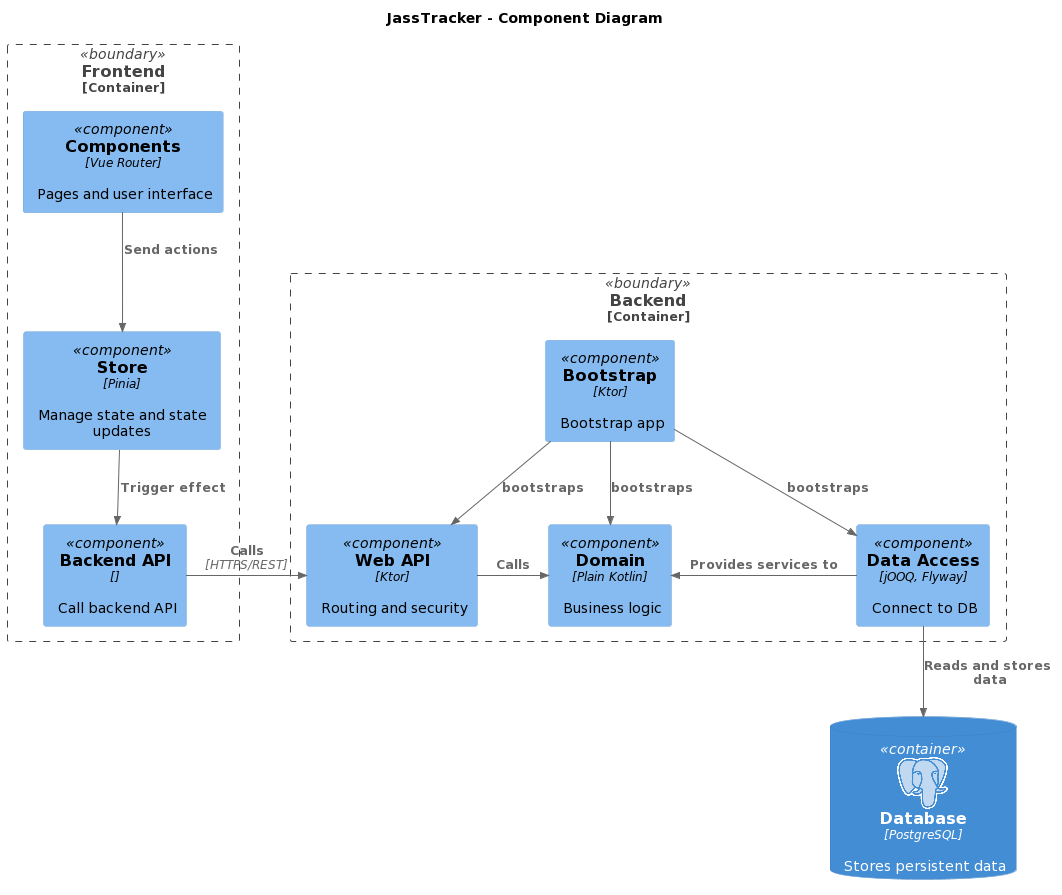
Above: Documentation/src/resources/diagrams/c4-3-component.png in PascalHonegger/JassTracker (PlantUML), before the change.
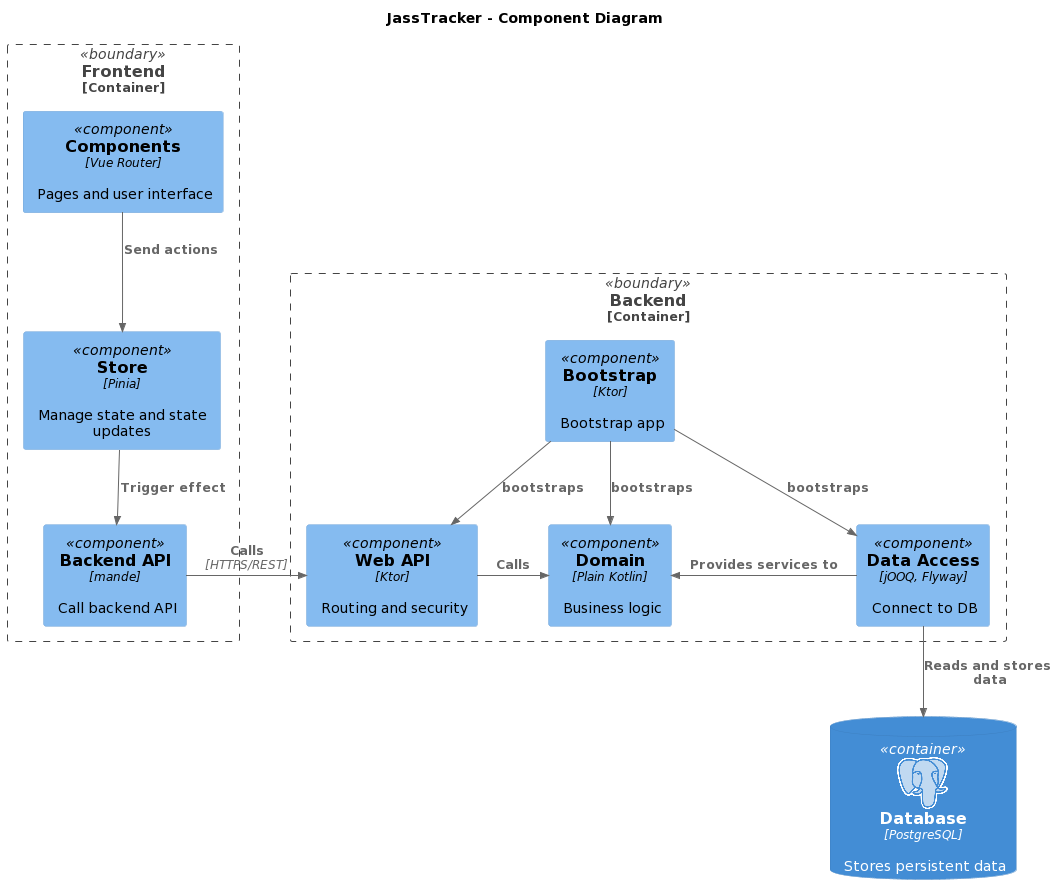
The same diagram one commit later.

Commit message:
chore(doc): include mande in the architecture diagram

Diff of the diagram source:
```diff
@@ -8,7 +8,7 @@
 Container_Boundary(frontend, "Frontend") {
     Component(components, "Components", "Vue Router", "Pages and user interface")
     Component(store, "Store", "Pinia", "Manage state and state updates")
-    Component(backendApi, "Backend API", "", "Call backend API")
+    Component(backendApi, "Backend API", "mande", "Call backend API")
 }
 
 Container_Boundary(backend, "Backend") {
```
